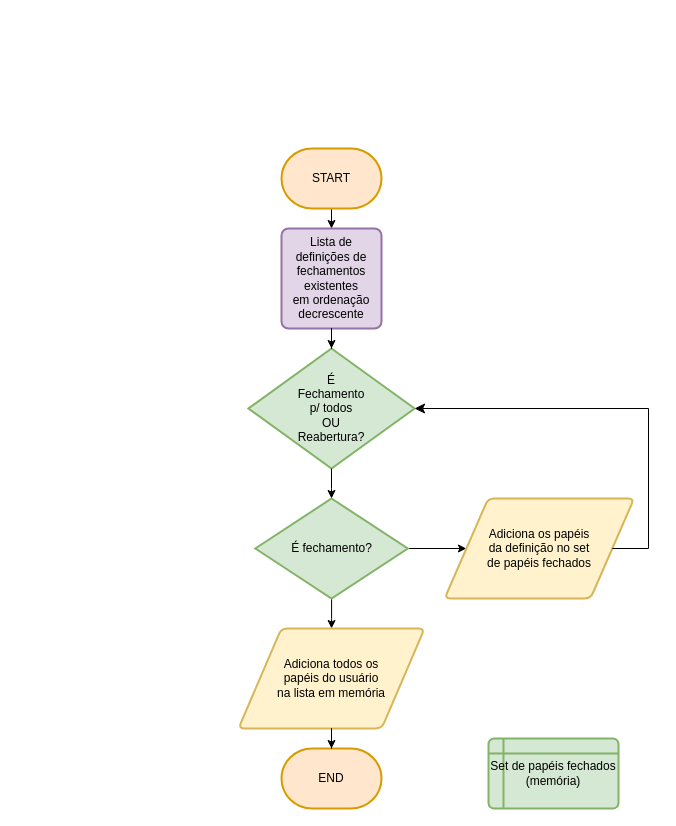
Earlier version of the draw.io diagram check_user_closed_roles.drawio (jupiterise/flow_charts). Source tidied: cells renumbered, new cells numbered last; positions are measured from the earlier drawing's top-left corner, leaving out a move shared by most shapes. Both pictures are drawn from the tidied source at 100%, with x=0, y=0 at pixel (238, 148).
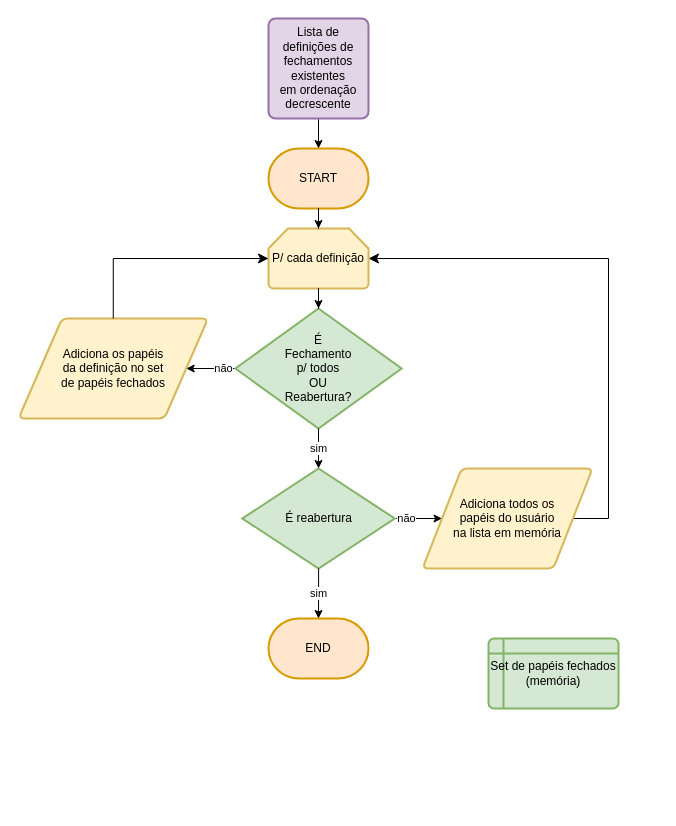
After the change.

What changed in the source:
```diff
@@
+    <mxCell id="17" value="não" style="edgeStyle=orthogonalEdgeStyle;rounded=0;jettySize=auto;html=1;entryX=1;entryY=0.5;entryDx=0;entryDy=0;" parent="1" edge="1" source="2" target="8">
+      <mxGeometry relative="1" as="geometry" />
+    </mxCell>
     <mxCell id="2" value="É&lt;div&gt;Fechamento&lt;div&gt;p/ todos&lt;br&gt;OU&lt;br&gt;Reabertura?&lt;/div&gt;&lt;/div&gt;" style="strokeWidth=2;html=1;shape=mxgraph.flowchart.decision;whiteSpace=wrap;fillColor=#d5e8d4;strokeColor=#82b366;" parent="1" vertex="1">
-      <mxGeometry x="9.9" y="200" width="166.2" height="120" as="geometry" />
+      <mxGeometry x="-3.1" y="160" width="166.2" height="120" as="geometry" />
     </mxCell>
-    <mxCell id="3" style="edgeStyle=orthogonalEdgeStyle;rounded=0;jettySize=auto;html=1;entryX=0;entryY=0.5;entryDx=0;entryDy=0;" parent="1" edge="1" source="5" target="8">
-      <mxGeometry relative="1" as="geometry" />
-    </mxCell>
-    <mxCell id="4" style="edgeStyle=orthogonalEdgeStyle;rounded=0;jettySize=auto;html=1;entryX=0.5;entryY=0;entryDx=0;entryDy=0;" parent="1" edge="1" source="5" target="6">
+    <mxCell id="4" value="não" style="edgeStyle=orthogonalEdgeStyle;rounded=0;jettySize=auto;html=1;" parent="1" edge="1" source="5" target="6">
       <mxGeometry relative="1" as="geometry" />
     </mxCell>
-    <mxCell id="5" value="É fechamento?" style="strokeWidth=2;html=1;shape=mxgraph.flowchart.decision;whiteSpace=wrap;fillColor=#d5e8d4;strokeColor=#82b366;" parent="1" vertex="1">
-      <mxGeometry x="16.8" y="350" width="152.5" height="100" as="geometry" />
+    <mxCell id="5" value="É reabertura" style="strokeWidth=2;html=1;shape=mxgraph.flowchart.decision;whiteSpace=wrap;fillColor=#d5e8d4;strokeColor=#82b366;" parent="1" vertex="1">
+      <mxGeometry x="3.8" y="320" width="152.5" height="100" as="geometry" />
     </mxCell>
-    <mxCell id="6" value="&lt;div&gt;Adiciona todos os&lt;/div&gt;&lt;div&gt;papéis do usuário&lt;/div&gt;&lt;div&gt;na lista em memória&lt;br&gt;&lt;/div&gt;" style="shape=parallelogram;html=1;strokeWidth=2;perimeter=parallelogramPerimeter;whiteSpace=wrap;rounded=1;arcSize=12;size=0.23;fillColor=#fff2cc;strokeColor=#d6b656;" parent="1" vertex="1">
-      <mxGeometry y="480" width="186" height="100" as="geometry" />
-    </mxCell>
     <mxCell id="7" value="Set de papéis fechados&lt;br&gt;(memória)" style="shape=internalStorage;whiteSpace=wrap;html=1;dx=15;dy=15;rounded=1;arcSize=8;strokeWidth=2;fillColor=#d5e8d4;strokeColor=#82b366;" parent="1" vertex="1">
-      <mxGeometry x="250" y="590" width="130" height="70" as="geometry" />
+      <mxGeometry x="250" y="490" width="130" height="70" as="geometry" />
     </mxCell>
-    <mxCell id="8" value="&lt;div&gt;Adiciona os papéis&lt;br&gt;da definição no set&lt;br&gt;de papéis fechados&lt;/div&gt;" style="shape=parallelogram;html=1;strokeWidth=2;perimeter=parallelogramPerimeter;whiteSpace=wrap;rounded=1;arcSize=12;size=0.23;fillColor=#fff2cc;strokeColor=#d6b656;" parent="1" vertex="1">
-      <mxGeometry x="206.1" y="350" width="189.5" height="100" as="geometry" />
-    </mxCell>
-    <mxCell id="9" style="edgeStyle=elbowEdgeStyle;elbow=horizontal;endArrow=classic;html=1;curved=0;rounded=0;endSize=8;startSize=8;exitX=1;exitY=0.5;exitDx=0;exitDy=0;" parent="1" edge="1" source="8">
+    <mxCell id="9" style="edgeStyle=elbowEdgeStyle;elbow=horizontal;endArrow=classic;html=1;curved=0;rounded=0;endSize=8;startSize=8;exitX=1;exitY=0.5;exitDx=0;exitDy=0;entryX=1;entryY=0.5;entryDx=0;entryDy=0;entryPerimeter=0;" parent="1" edge="1" source="6" target="20">
       <mxGeometry relative="1" as="geometry">
-        <mxPoint x="176.1" y="260" as="targetPoint" />
         <Array as="points">
-          <mxPoint x="410" y="310" />
-          <mxPoint x="416.1" y="340" />
-          <mxPoint x="402.6" y="420" />
-          <mxPoint x="422.6" y="380" />
-          <mxPoint x="492.6" y="290" />
+          <mxPoint x="370" y="230" />
+          <mxPoint x="417.9" y="260" />
+          <mxPoint x="424" y="290" />
+          <mxPoint x="410.5" y="370" />
+          <mxPoint x="430.5" y="330" />
+          <mxPoint x="500.5" y="240" />
         </Array>
       </mxGeometry>
     </mxCell>
     <mxCell id="10" value="END" style="strokeWidth=2;html=1;shape=mxgraph.flowchart.terminator;whiteSpace=wrap;fillColor=#ffe6cc;strokeColor=#d79b00;" parent="1" vertex="1">
-      <mxGeometry x="43" y="600" width="100" height="60" as="geometry" />
+      <mxGeometry x="30" y="470" width="100" height="60" as="geometry" />
     </mxCell>
-    <mxCell id="11" style="edgeStyle=orthogonalEdgeStyle;rounded=0;jettySize=auto;html=1;entryX=0.5;entryY=0;entryDx=0;entryDy=0;" parent="1" edge="1" source="12" target="14">
-      <mxGeometry relative="1" as="geometry" />
-    </mxCell>
     <mxCell id="12" value="START" style="strokeWidth=2;html=1;shape=mxgraph.flowchart.terminator;whiteSpace=wrap;fillColor=#ffe6cc;strokeColor=#d79b00;" parent="1" vertex="1">
-      <mxGeometry x="43" width="100" height="60" as="geometry" />
+      <mxGeometry x="30" width="100" height="60" as="geometry" />
     </mxCell>
-    <mxCell id="13" style="edgeStyle=orthogonalEdgeStyle;rounded=0;jettySize=auto;html=1;entryX=0.5;entryY=0;entryDx=0;entryDy=0;entryPerimeter=0;" parent="1" edge="1" source="6" target="10">
-      <mxGeometry relative="1" as="geometry" />
-    </mxCell>
+    <mxCell id="8" value="&lt;div&gt;Adiciona os papéis&lt;br&gt;da definição no set&lt;br&gt;de papéis fechados&lt;/div&gt;" style="shape=parallelogram;html=1;strokeWidth=2;perimeter=parallelogramPerimeter;whiteSpace=wrap;rounded=1;arcSize=12;size=0.23;fillColor=#fff2cc;strokeColor=#d6b656;" parent="1" vertex="1">
+      <mxGeometry x="-220" y="170" width="189.5" height="100" as="geometry" />
+    </mxCell>
+    <mxCell id="16" value="sim" style="edgeStyle=orthogonalEdgeStyle;rounded=0;jettySize=auto;html=1;entryX=0.5;entryY=0;entryDx=0;entryDy=0;entryPerimeter=0;" parent="1" edge="1" source="2" target="5">
+      <mxGeometry relative="1" as="geometry" />
+    </mxCell>
+    <mxCell id="6" value="&lt;div&gt;Adiciona todos os&lt;/div&gt;&lt;div&gt;papéis do usuário&lt;/div&gt;&lt;div&gt;na lista em memória&lt;br&gt;&lt;/div&gt;" style="shape=parallelogram;html=1;strokeWidth=2;perimeter=parallelogramPerimeter;whiteSpace=wrap;rounded=1;arcSize=12;size=0.23;fillColor=#fff2cc;strokeColor=#d6b656;" parent="1" vertex="1">
+      <mxGeometry x="184" y="320" width="170" height="100" as="geometry" />
+    </mxCell>
+    <mxCell id="18" value="sim" style="edgeStyle=orthogonalEdgeStyle;rounded=0;jettySize=auto;html=1;entryX=0.5;entryY=0;entryDx=0;entryDy=0;entryPerimeter=0;" parent="1" edge="1" source="5" target="10">
+      <mxGeometry relative="1" as="geometry" />
+    </mxCell>
+    <mxCell id="19" style="edgeStyle=orthogonalEdgeStyle;rounded=0;jettySize=auto;html=1;" parent="1" edge="1" source="14" target="12">
+      <mxGeometry relative="1" as="geometry" />
+    </mxCell>
     <mxCell id="14" value="Lista de&#10;definições de&#10;fechamentos&#10;existentes&#10;em ordenação&#10;decrescente" style="rounded=1;whiteSpace=wrap;html=1;absoluteArcSize=1;arcSize=14;strokeWidth=2;fillColor=#e1d5e7;strokeColor=#9673a6;" parent="1" vertex="1">
-      <mxGeometry x="43" y="80" width="100" height="100" as="geometry" />
+      <mxGeometry x="30" y="-130" width="100" height="100" as="geometry" />
     </mxCell>
-    <mxCell id="15" style="edgeStyle=orthogonalEdgeStyle;rounded=0;jettySize=auto;html=1;entryX=0.5;entryY=0;entryDx=0;entryDy=0;entryPerimeter=0;" parent="1" edge="1" source="14" target="2">
-      <mxGeometry relative="1" as="geometry" />
-    </mxCell>
-    <mxCell id="16" style="edgeStyle=orthogonalEdgeStyle;rounded=0;jettySize=auto;html=1;entryX=0.5;entryY=0;entryDx=0;entryDy=0;entryPerimeter=0;" parent="1" edge="1" source="2" target="5">
-      <mxGeometry relative="1" as="geometry" />
-    </mxCell>
+    <mxCell id="20" value="P/ cada definição" style="strokeWidth=2;html=1;shape=mxgraph.flowchart.loop_limit;whiteSpace=wrap;fillColor=#fff2cc;strokeColor=#d6b656;" parent="1" vertex="1">
+      <mxGeometry x="30" y="80" width="100" height="60" as="geometry" />
+    </mxCell>
+    <mxCell id="21" style="edgeStyle=orthogonalEdgeStyle;rounded=0;jettySize=auto;html=1;entryX=0.5;entryY=0;entryDx=0;entryDy=0;entryPerimeter=0;" parent="1" edge="1" source="12" target="20">
+      <mxGeometry relative="1" as="geometry" />
+    </mxCell>
+    <mxCell id="22" style="edgeStyle=orthogonalEdgeStyle;rounded=0;jettySize=auto;html=1;entryX=0.5;entryY=0;entryDx=0;entryDy=0;entryPerimeter=0;" parent="1" edge="1" source="20" target="2">
+      <mxGeometry relative="1" as="geometry" />
+    </mxCell>
+    <mxCell id="23" style="edgeStyle=elbowEdgeStyle;elbow=vertical;endArrow=classic;html=1;curved=0;rounded=0;endSize=8;startSize=8;entryX=0;entryY=0.5;entryDx=0;entryDy=0;entryPerimeter=0;exitX=0.5;exitY=0;exitDx=0;exitDy=0;" parent="1" edge="1" source="8" target="20">
+      <mxGeometry relative="1" as="geometry">
+        <Array as="points">
+          <mxPoint x="-80" y="110" />
+          <mxPoint x="-110" y="110" />
+        </Array>
+      </mxGeometry>
+    </mxCell>
```
